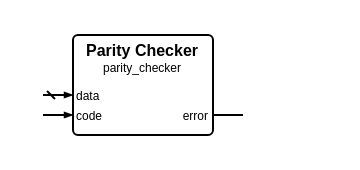
Louis-DR/OmniCores-BuildingBlocks keeps this draw.io diagram as sources/error_control/parity/parity_checker.symbol.drawio. Above is the earlier version. Source tidied: cells renumbered, new cells numbered last; positions are measured from the earlier drawing's top-left corner, leaving out a move shared by most shapes. Both pictures are drawn from the tidied source at 200%, with x=0, y=0 at pixel (42, 34).
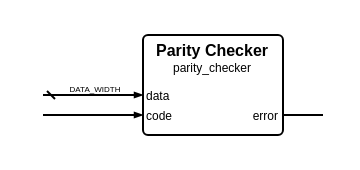
Above is the later version.

What changed in the source:
```diff
@@
 <mxGraphModel>
   <root>
     <mxCell id="0" />
     <mxCell id="1" parent="0" />
     <mxCell id="2" style="group;" parent="1" vertex="1">
-      <mxGeometry width="100" height="50" as="geometry" />
+      <mxGeometry width="140" height="50" as="geometry" />
     </mxCell>
     <mxCell id="3" style="rounded=1;arcSize=5;fillColor=none;strokeWidth=1;strokeColor=black;whiteSpace=wrap;html=1;" parent="2" vertex="1">
-      <mxGeometry x="15" width="70" height="50" as="geometry" />
+      <mxGeometry x="50" width="70" height="50" as="geometry" />
     </mxCell>
     <mxCell id="4" value="Parity Checker" style="text;html=1;align=center;verticalAlign=middle;whiteSpace=wrap;rounded=0;fontSize=8;fontStyle=1;fontColor=black;" parent="2" vertex="1">
-      <mxGeometry x="15" y="7" width="70" as="geometry" />
+      <mxGeometry x="50" y="7" width="70" as="geometry" />
     </mxCell>
     <mxCell id="5" value="parity_checker" style="text;html=1;align=center;verticalAlign=middle;whiteSpace=wrap;rounded=0;fontSize=6;fontStyle=0;fontColor=black;" parent="2" vertex="1">
-      <mxGeometry x="15" y="16" width="70" as="geometry" />
+      <mxGeometry x="50" y="16" width="70" as="geometry" />
     </mxCell>
     <mxCell id="6" value="data" style="text;html=1;align=left;verticalAlign=middle;whiteSpace=wrap;rounded=0;fontSize=6;fontStyle=0;fontColor=black;" parent="2" vertex="1">
-      <mxGeometry x="15" y="30" width="70" as="geometry" />
+      <mxGeometry x="50" y="30" width="70" as="geometry" />
     </mxCell>
     <mxCell id="7" style="html=1;rounded=1;strokeWidth=1;strokeColor=black;startFill=0;startSize=2;startArrow=dash;endFill=1;endSize=2;endArrow=blockThin;sourcePerimeterSpacing=0;" parent="2" edge="1">
       <mxGeometry relative="1" as="geometry">
         <mxPoint y="30" as="sourcePoint" />
-        <mxPoint x="15" y="30" as="targetPoint" />
+        <mxPoint x="50" y="30" as="targetPoint" />
       </mxGeometry>
     </mxCell>
+    <mxCell id="12" value="DATA_WIDTH" style="text;html=1;align=center;verticalAlign=middle;whiteSpace=nowrap;rounded=0;fontSize=4;fontStyle=0;fontColor=black;" parent="2" vertex="1">
+      <mxGeometry x="25" y="27" as="geometry" />
+    </mxCell>
     <mxCell id="8" value="code" style="text;html=1;align=left;verticalAlign=middle;whiteSpace=wrap;rounded=0;fontSize=6;fontStyle=0;fontColor=black;" parent="2" vertex="1">
-      <mxGeometry x="15" y="40" width="70" as="geometry" />
+      <mxGeometry x="50" y="40" width="70" as="geometry" />
     </mxCell>
     <mxCell id="9" style="html=1;rounded=1;strokeWidth=1;strokeColor=black;startFill=0;startSize=2;startArrow=none;endFill=1;endSize=2;endArrow=blockThin;sourcePerimeterSpacing=0;" parent="2" edge="1">
       <mxGeometry relative="1" as="geometry">
         <mxPoint y="40" as="sourcePoint" />
-        <mxPoint x="15" y="40" as="targetPoint" />
+        <mxPoint x="50" y="40" as="targetPoint" />
       </mxGeometry>
     </mxCell>
     <mxCell id="10" value="error" style="text;html=1;align=right;verticalAlign=middle;whiteSpace=wrap;rounded=0;fontSize=6;fontStyle=0;fontColor=black;" parent="2" vertex="1">
-      <mxGeometry x="15" y="40" width="70" as="geometry" />
+      <mxGeometry x="50" y="40" width="70" as="geometry" />
     </mxCell>
     <mxCell id="11" style="html=1;rounded=1;strokeWidth=1;strokeColor=black;startFill=0;startSize=2;startArrow=none;endFill=1;endSize=2;endArrow=none;sourcePerimeterSpacing=0;" parent="2" edge="1">
       <mxGeometry relative="1" as="geometry">
-        <mxPoint x="100" y="40" as="sourcePoint" />
-        <mxPoint x="85" y="40" as="targetPoint" />
+        <mxPoint x="140" y="40" as="sourcePoint" />
+        <mxPoint x="120" y="40" as="targetPoint" />
       </mxGeometry>
     </mxCell>
   </root>
 </mxGraphModel>
```
